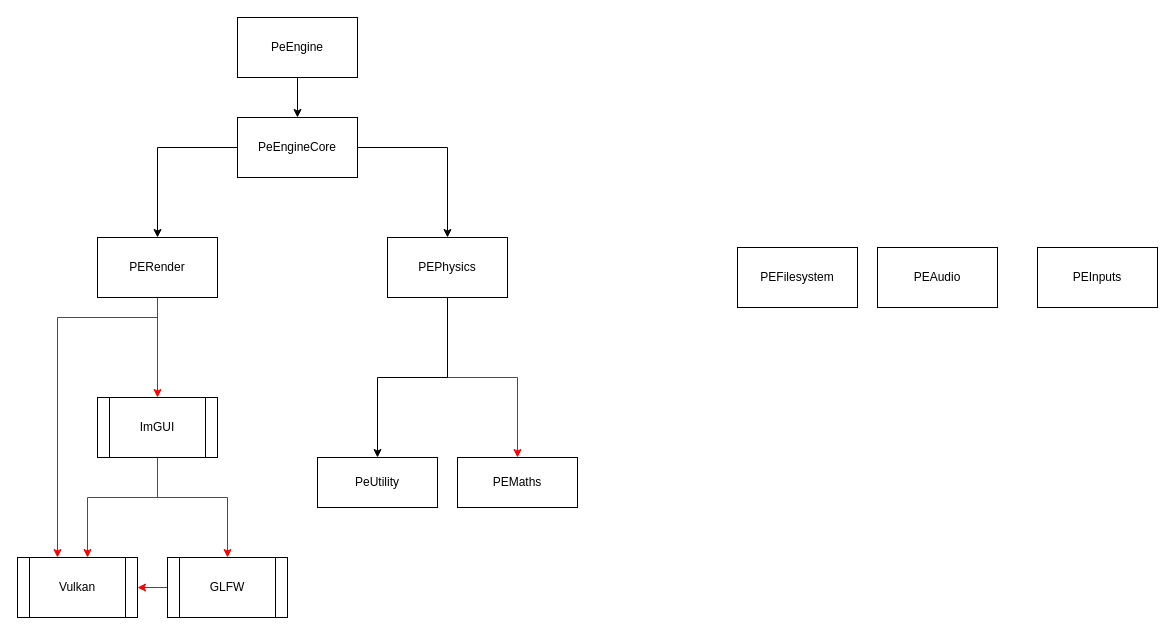
This is page "Libs" (1 of 3) of docs/graphs/PepperEngine.drawio from Suiram24/PepperEngine, a draw.io file, before an edit. Source tidied: cells renumbered, new cells numbered last; positions are measured from the earlier drawing's top-left corner, leaving out a move shared by most shapes. Both pictures are drawn from the tidied source at 100%, with x=0, y=0 at pixel (17, 17).
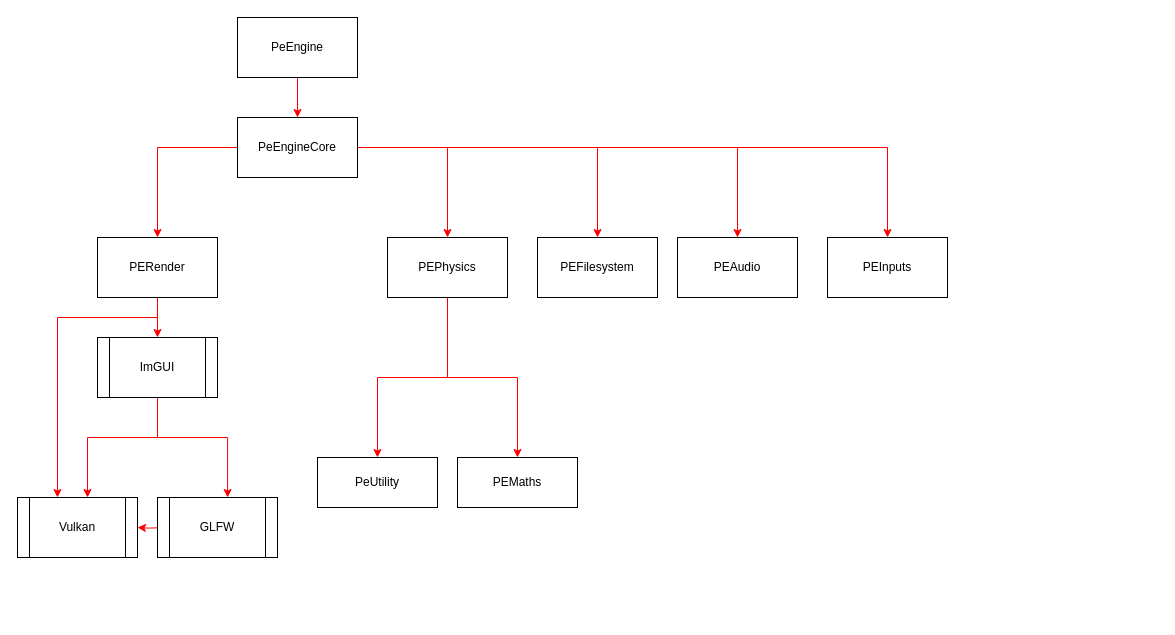
The same diagram, later.

Unchanged cells that the change refers to:
```xml
<mxCell id="5" value="PEPhysics" style="rounded=0;whiteSpace=wrap;html=1;" parent="1" vertex="1">
  <mxGeometry x="370" y="220" width="120" height="60" as="geometry" />
</mxCell>
<mxCell id="14" value="PERender" style="rounded=0;whiteSpace=wrap;html=1;" parent="1" vertex="1">
  <mxGeometry x="80" y="220" width="120" height="60" as="geometry" />
</mxCell>
<mxCell id="18" value="PeUtility" style="rounded=0;whiteSpace=wrap;html=1;" parent="1" vertex="1">
  <mxGeometry x="300" y="440" width="120" height="50" as="geometry" />
</mxCell>
<mxCell id="21" value="PeEngineCore" style="rounded=0;whiteSpace=wrap;html=1;" parent="1" vertex="1">
  <mxGeometry x="220" y="100" width="120" height="60" as="geometry" />
</mxCell>
<mxCell id="23" value="PeEngine" style="rounded=0;whiteSpace=wrap;html=1;" parent="1" vertex="1">
  <mxGeometry x="220" width="120" height="60" as="geometry" />
</mxCell>
```

Change to the diagram source:
```diff
@@
-    <mxCell id="4" style="edgeStyle=orthogonalEdgeStyle;rounded=0;jettySize=auto;html=1;" parent="1" edge="1" source="5" target="18">
+    <mxCell id="4" style="edgeStyle=orthogonalEdgeStyle;rounded=0;jettySize=auto;html=1;strokeColor=#FF0000;" parent="1" edge="1" source="5" target="18">
       <mxGeometry relative="1" as="geometry" />
     </mxCell>
@@
     <mxCell id="6" value="Vulkan" style="shape=process;whiteSpace=wrap;html=1;backgroundOutline=1;" parent="1" vertex="1">
-      <mxGeometry y="540" width="120" height="60" as="geometry" />
+      <mxGeometry y="480" width="120" height="60" as="geometry" />
     </mxCell>
-    <mxCell id="7" style="edgeStyle=orthogonalEdgeStyle;shape=connector;rounded=0;jettySize=auto;html=1;labelBackgroundColor=default;strokeColor=#FF0000;fontFamily=Helvetica;fontSize=11;fontColor=default;endArrow=classic;" parent="1" edge="1" source="8" target="6">
-      <mxGeometry relative="1" as="geometry" />
+    <mxCell id="7" style="edgeStyle=orthogonalEdgeStyle;shape=connector;rounded=0;jettySize=auto;html=1;labelBackgroundColor=default;strokeColor=#FF0000;fontFamily=Helvetica;fontSize=11;fontColor=default;endArrow=classic;" parent="1" edge="1" target="6">
+      <mxGeometry relative="1" as="geometry">
+        <mxPoint x="150" y="510.1" as="sourcePoint" />
+      </mxGeometry>
     </mxCell>
     <mxCell id="8" value="GLFW" style="shape=process;whiteSpace=wrap;html=1;backgroundOutline=1;" parent="1" vertex="1">
-      <mxGeometry x="150" y="540" width="120" height="60" as="geometry" />
+      <mxGeometry x="140" y="480" width="120" height="60" as="geometry" />
     </mxCell>
     <mxCell id="9" style="edgeStyle=orthogonalEdgeStyle;rounded=0;jettySize=auto;html=1;strokeColor=#FF0000;" parent="1" edge="1" source="11" target="6">
       <mxGeometry relative="1" as="geometry">
         <Array as="points">
-          <mxPoint x="140" y="480" />
-          <mxPoint x="70" y="480" />
+          <mxPoint x="140" y="420" />
+          <mxPoint x="70" y="420" />
         </Array>
       </mxGeometry>
     </mxCell>
-    <mxCell id="10" style="edgeStyle=orthogonalEdgeStyle;shape=connector;rounded=0;jettySize=auto;html=1;labelBackgroundColor=default;strokeColor=#FF0000;fontFamily=Helvetica;fontSize=11;fontColor=default;endArrow=classic;" parent="1" edge="1" source="11" target="8">
+    <mxCell id="10" style="edgeStyle=orthogonalEdgeStyle;shape=connector;rounded=0;jettySize=auto;html=1;labelBackgroundColor=default;strokeColor=#FF0000;fontFamily=Helvetica;fontSize=11;fontColor=default;endArrow=classic;" parent="1" edge="1" source="11">
       <mxGeometry relative="1" as="geometry">
+        <mxPoint x="210.1" y="480" as="targetPoint" />
         <Array as="points">
-          <mxPoint x="140" y="480" />
-          <mxPoint x="210" y="480" />
+          <mxPoint x="140" y="420" />
+          <mxPoint x="210" y="420" />
         </Array>
       </mxGeometry>
     </mxCell>
     <mxCell id="11" value="ImGUI" style="shape=process;whiteSpace=wrap;html=1;backgroundOutline=1;" parent="1" vertex="1">
-      <mxGeometry x="80" y="380" width="120" height="60" as="geometry" />
+      <mxGeometry x="80" y="320" width="120" height="60" as="geometry" />
     </mxCell>
@@
     <mxCell id="15" value="PEAudio" style="rounded=0;whiteSpace=wrap;html=1;" parent="1" vertex="1">
-      <mxGeometry x="860" y="230" width="120" height="60" as="geometry" />
+      <mxGeometry x="660" y="220" width="120" height="60" as="geometry" />
     </mxCell>
     <mxCell id="16" value="PEInputs" style="rounded=0;whiteSpace=wrap;html=1;" parent="1" vertex="1">
-      <mxGeometry x="1020" y="230" width="120" height="60" as="geometry" />
+      <mxGeometry x="810" y="220" width="120" height="60" as="geometry" />
     </mxCell>
     <mxCell id="17" value="PEFilesystem" style="rounded=0;whiteSpace=wrap;html=1;" parent="1" vertex="1">
-      <mxGeometry x="720" y="230" width="120" height="60" as="geometry" />
+      <mxGeometry x="520" y="220" width="120" height="60" as="geometry" />
     </mxCell>
@@
-    <mxCell id="19" style="edgeStyle=orthogonalEdgeStyle;rounded=0;jettySize=auto;html=1;" parent="1" edge="1" source="21" target="14">
+    <mxCell id="19" style="edgeStyle=orthogonalEdgeStyle;rounded=0;jettySize=auto;html=1;strokeColor=#FF0000;" parent="1" edge="1" source="21" target="14">
       <mxGeometry relative="1" as="geometry" />
     </mxCell>
-    <mxCell id="20" style="edgeStyle=orthogonalEdgeStyle;rounded=0;jettySize=auto;html=1;" parent="1" edge="1" source="21" target="5">
+    <mxCell id="20" style="edgeStyle=orthogonalEdgeStyle;rounded=0;jettySize=auto;html=1;strokeColor=#FF0000;" parent="1" edge="1" source="21" target="5">
       <mxGeometry relative="1" as="geometry" />
     </mxCell>
+    <mxCell id="24" style="edgeStyle=orthogonalEdgeStyle;rounded=0;jettySize=auto;html=1;strokeColor=#FF0000;" parent="1" edge="1" source="21" target="17">
+      <mxGeometry relative="1" as="geometry" />
+    </mxCell>
+    <mxCell id="25" style="edgeStyle=orthogonalEdgeStyle;rounded=0;jettySize=auto;html=1;strokeColor=#FF0000;" parent="1" edge="1" source="21" target="15">
+      <mxGeometry relative="1" as="geometry" />
+    </mxCell>
+    <mxCell id="26" style="edgeStyle=orthogonalEdgeStyle;rounded=0;jettySize=auto;html=1;strokeColor=#FF0000;" parent="1" edge="1" source="21" target="16">
+      <mxGeometry relative="1" as="geometry" />
+    </mxCell>
@@
-    <mxCell id="22" style="edgeStyle=orthogonalEdgeStyle;rounded=0;jettySize=auto;html=1;" parent="1" edge="1" source="23" target="21">
+    <mxCell id="22" style="edgeStyle=orthogonalEdgeStyle;rounded=0;jettySize=auto;html=1;strokeColor=#FF0000;" parent="1" edge="1" source="23" target="21">
       <mxGeometry relative="1" as="geometry" />
     </mxCell>
```
